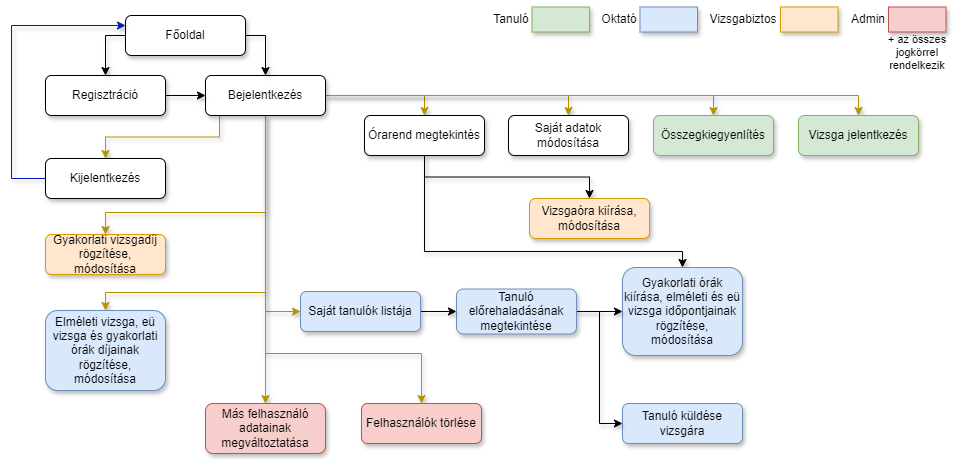
Before: Img/uzleti_folyamatok_modellje.png, a diagram exported from draw.io (herbakmarcell/afp1_projekt). Source tidied: cells renumbered, new cells last; positions are measured from the earlier drawing's top-left corner, leaving out a move shared by most shapes.
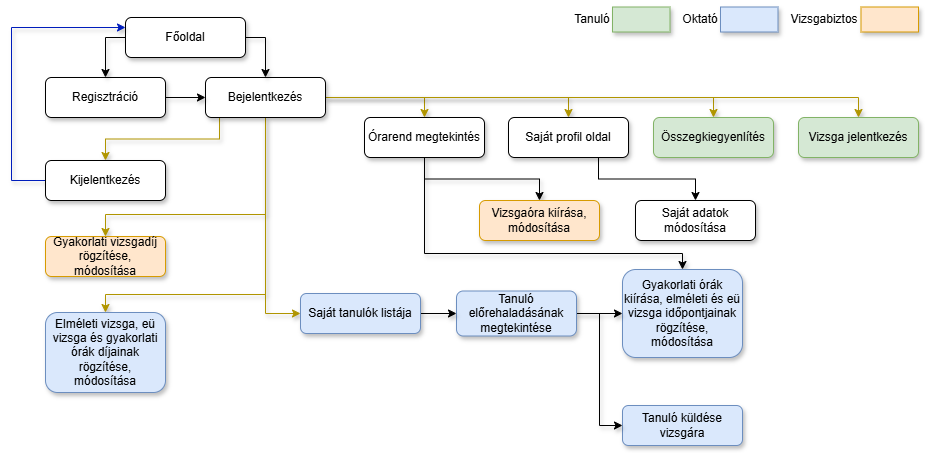
After the change.

Commit message:
üzleti folyamatok modellje javítás, kiegészítés

The edit, as a diff of the source:
```diff
@@ -36,17 +36,6 @@
     <mxCell id="9" style="edgeStyle=orthogonalEdgeStyle;rounded=0;jettySize=auto;html=1;exitX=0.5;exitY=1;exitDx=0;exitDy=0;entryX=0;entryY=0.5;entryDx=0;entryDy=0;fillColor=#e3c800;strokeColor=#B09500;shadow=1;" parent="1" edge="1" source="12" target="43">
       <mxGeometry relative="1" as="geometry" />
     </mxCell>
-    <mxCell id="10" style="edgeStyle=orthogonalEdgeStyle;rounded=0;jettySize=auto;html=1;exitX=0.5;exitY=1;exitDx=0;exitDy=0;entryX=0.5;entryY=0;entryDx=0;entryDy=0;fillColor=#e3c800;strokeColor=#B09500;shadow=1;" parent="1" edge="1" source="12" target="44">
-      <mxGeometry relative="1" as="geometry" />
-    </mxCell>
-    <mxCell id="11" style="edgeStyle=orthogonalEdgeStyle;rounded=0;jettySize=auto;html=1;exitX=0.5;exitY=1;exitDx=0;exitDy=0;entryX=0.5;entryY=0;entryDx=0;entryDy=0;fillColor=#e3c800;strokeColor=#B09500;shadow=1;" parent="1" edge="1" source="12" target="46">
-      <mxGeometry relative="1" as="geometry">
-        <Array as="points">
-          <mxPoint x="254" y="349" />
-          <mxPoint x="410" y="349" />
-        </Array>
-      </mxGeometry>
-    </mxCell>
     <mxCell id="12" value="Bejelentkezés" style="rounded=1;whiteSpace=wrap;html=1;perimeterSpacing=0;shadow=1;" parent="1" vertex="1">
       <mxGeometry x="194" y="71" width="120" height="40" as="geometry" />
     </mxCell>
@@ -56,7 +45,10 @@
     <mxCell id="14" value="Regisztráció" style="rounded=1;whiteSpace=wrap;html=1;perimeterSpacing=0;shadow=1;" parent="1" vertex="1">
       <mxGeometry x="34" y="71" width="120" height="40" as="geometry" />
     </mxCell>
+    <mxCell id="47" style="edgeStyle=orthogonalEdgeStyle;rounded=0;jettySize=auto;html=1;exitX=0.75;exitY=1;exitDx=0;exitDy=0;" parent="1" edge="1" source="15" target="48">
+      <mxGeometry relative="1" as="geometry" />
+    </mxCell>
-    <mxCell id="15" value="Saját adatok módosítása" style="rounded=1;whiteSpace=wrap;html=1;perimeterSpacing=0;glass=0;shadow=1;" parent="1" vertex="1">
+    <mxCell id="15" value="Saját profil oldal" style="rounded=1;whiteSpace=wrap;html=1;perimeterSpacing=0;glass=0;shadow=1;" parent="1" vertex="1">
       <mxGeometry x="497" y="111" width="120" height="40" as="geometry" />
     </mxCell>
     <mxCell id="16" style="edgeStyle=orthogonalEdgeStyle;rounded=0;jettySize=auto;html=1;exitX=0.5;exitY=1;exitDx=0;exitDy=0;shadow=1;" parent="1" edge="1" source="18" target="37">
@@ -100,29 +92,23 @@
       <mxGeometry x="642" y="111" width="120" height="40" as="geometry" />
     </mxCell>
     <mxCell id="26" style="rounded=0;whiteSpace=wrap;html=1;fillColor=#d5e8d4;strokeColor=#82b366;shadow=1;" parent="1" vertex="1">
-      <mxGeometry x="520.5" y="2.5" width="57.5" height="25" as="geometry" />
+      <mxGeometry x="601" y="0.5" width="57.5" height="25" as="geometry" />
     </mxCell>
     <mxCell id="27" value="Tanuló" style="text;html=1;align=center;verticalAlign=middle;whiteSpace=wrap;rounded=0;shadow=1;" parent="1" vertex="1">
-      <mxGeometry x="470" width="60" height="30" as="geometry" />
+      <mxGeometry x="550.5" y="-2" width="60" height="30" as="geometry" />
     </mxCell>
     <mxCell id="28" style="rounded=0;whiteSpace=wrap;html=1;fillColor=#dae8fc;strokeColor=#6c8ebf;shadow=1;" parent="1" vertex="1">
-      <mxGeometry x="628.5" y="2.5" width="57.5" height="25" as="geometry" />
+      <mxGeometry x="709" y="0.5" width="57.5" height="25" as="geometry" />
     </mxCell>
     <mxCell id="29" value="Oktató" style="text;html=1;align=center;verticalAlign=middle;whiteSpace=wrap;rounded=0;shadow=1;" parent="1" vertex="1">
-      <mxGeometry x="578" width="60" height="30" as="geometry" />
+      <mxGeometry x="658.5" y="-2" width="60" height="30" as="geometry" />
     </mxCell>
     <mxCell id="30" style="rounded=0;whiteSpace=wrap;html=1;fillColor=#ffe6cc;strokeColor=#d79b00;shadow=1;" parent="1" vertex="1">
-      <mxGeometry x="769" y="2.5" width="57.5" height="25" as="geometry" />
+      <mxGeometry x="849.5" y="0.5" width="57.5" height="25" as="geometry" />
     </mxCell>
     <mxCell id="31" value="Vizsgabiztos" style="text;html=1;align=center;verticalAlign=middle;whiteSpace=wrap;rounded=0;shadow=1;" parent="1" vertex="1">
-      <mxGeometry x="702" width="60" height="30" as="geometry" />
+      <mxGeometry x="782.5" y="-2" width="60" height="30" as="geometry" />
     </mxCell>
-    <mxCell id="32" style="rounded=0;whiteSpace=wrap;html=1;fillColor=#f8cecc;strokeColor=#b85450;shadow=1;" parent="1" vertex="1">
-      <mxGeometry x="877" y="2.5" width="57.5" height="25" as="geometry" />
-    </mxCell>
-    <mxCell id="33" value="Admin" style="text;html=1;align=center;verticalAlign=middle;whiteSpace=wrap;rounded=0;shadow=1;" parent="1" vertex="1">
-      <mxGeometry x="826.5" width="60" height="30" as="geometry" />
-    </mxCell>
     <mxCell id="34" value="Gyakorlati órák kiírása, elméleti és eü vizsga időpontjainak rögzítése, módosítása" style="rounded=1;whiteSpace=wrap;html=1;fillColor=#dae8fc;strokeColor=#6c8ebf;perimeterSpacing=0;shadow=1;" parent="1" vertex="1">
       <mxGeometry x="611" y="263" width="120" height="88" as="geometry" />
     </mxCell>
@@ -133,7 +119,7 @@
       <mxGeometry x="611" y="399" width="120" height="40" as="geometry" />
     </mxCell>
     <mxCell id="37" value="Vizsgaóra kiírása, módosítása" style="rounded=1;whiteSpace=wrap;html=1;fillColor=#ffe6cc;strokeColor=#d79b00;perimeterSpacing=0;shadow=1;" parent="1" vertex="1">
-      <mxGeometry x="518" y="194" width="120" height="40" as="geometry" />
+      <mxGeometry x="468" y="194" width="120" height="40" as="geometry" />
     </mxCell>
     <mxCell id="38" value="Gyakorlati vizsgadíj rögzítése, módosítása" style="rounded=1;whiteSpace=wrap;html=1;fillColor=#ffe6cc;strokeColor=#d79b00;perimeterSpacing=0;shadow=1;" parent="1" vertex="1">
       <mxGeometry x="34" y="230" width="120" height="40" as="geometry" />
@@ -153,14 +139,8 @@
     <mxCell id="43" value="Saját tanulók listája" style="rounded=1;whiteSpace=wrap;html=1;fillColor=#dae8fc;strokeColor=#6c8ebf;perimeterSpacing=0;shadow=1;" parent="1" vertex="1">
       <mxGeometry x="289" y="287" width="120" height="40" as="geometry" />
     </mxCell>
-    <mxCell id="44" value="Más felhasználó adatainak megváltoztatása" style="rounded=1;whiteSpace=wrap;html=1;fillColor=#f8cecc;strokeColor=#b85450;perimeterSpacing=0;shadow=1;" parent="1" vertex="1">
-      <mxGeometry x="194" y="399" width="120" height="50" as="geometry" />
-    </mxCell>
-    <mxCell id="45" value="+ az összes jogkörrel rendelkezik" style="text;html=1;align=center;verticalAlign=middle;whiteSpace=wrap;rounded=0;fontSize=11;shadow=1;" parent="1" vertex="1">
-      <mxGeometry x="856.6" y="33" width="98.2" height="30" as="geometry" />
-    </mxCell>
-    <mxCell id="46" value="Felhasználók törlése" style="rounded=1;whiteSpace=wrap;html=1;fillColor=#f8cecc;strokeColor=#b85450;perimeterSpacing=0;shadow=1;" parent="1" vertex="1">
-      <mxGeometry x="350" y="399" width="120" height="40" as="geometry" />
-    </mxCell>
+    <mxCell id="48" value="Saját adatok módosítása" style="rounded=1;whiteSpace=wrap;html=1;perimeterSpacing=0;glass=0;shadow=1;" parent="1" vertex="1">
+      <mxGeometry x="624" y="194" width="120" height="40" as="geometry" />
+    </mxCell>
   </root>
 </mxGraphModel>
```
